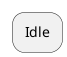
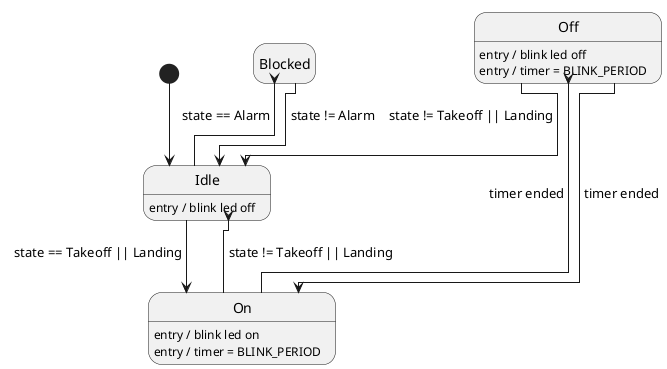
@startuml BlinkTask
!pragma layout elk
hide empty description

+ state start <<start>>
+ 
state "Idle" as idle
+ idle : entry / blink led off
+ 
+ state "Blocked" as blocked
+ 
+ state "On" as on
+ on : entry / blink led on
+ on : entry / timer = BLINK_PERIOD
+ 
+ state "Off" as off
+ off : entry / blink led off
+ off : entry / timer = BLINK_PERIOD
+ 
+ start --> idle
+ idle --> on : state == Takeoff || Landing
+ 
+ idle --> blocked : state == Alarm
+ blocked --> idle : state != Alarm
+ 
+ on --> off : timer ended
+ off --> on : timer ended
+ 
+ on --> idle : state != Takeoff || Landing
+ off --> idle : state != Takeoff || Landing

@enduml
